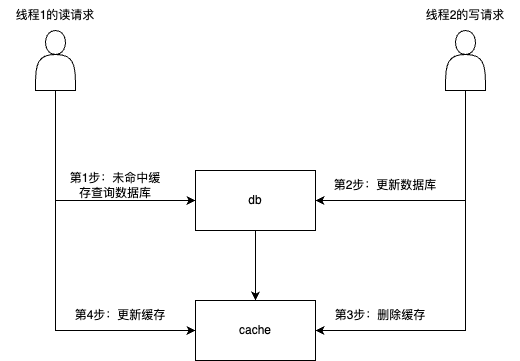
The draw.io diagram double-delete-cache.png in qinjianmin/draw.io, before a commit. Source tidied: cells renumbered, new cells last; positions are measured from the earlier drawing's top-left corner, leaving out a move shared by most shapes. Its diagram source:
```xml
<mxGraphModel>
  <root>
    <mxCell id="0" />
    <mxCell id="1" parent="0" />
    <mxCell id="2" style="edgeStyle=orthogonalEdgeStyle;rounded=0;jettySize=auto;html=1;entryX=0;entryY=0.5;entryDx=0;entryDy=0;" parent="1" edge="1" source="4" target="11">
      <mxGeometry relative="1" as="geometry">
        <Array as="points">
          <mxPoint x="55" y="200" />
        </Array>
      </mxGeometry>
    </mxCell>
    <mxCell id="3" style="edgeStyle=orthogonalEdgeStyle;rounded=0;jettySize=auto;html=1;entryX=0;entryY=0.5;entryDx=0;entryDy=0;" parent="1" edge="1" source="4" target="12">
      <mxGeometry relative="1" as="geometry">
        <Array as="points">
          <mxPoint x="55" y="330" />
        </Array>
      </mxGeometry>
    </mxCell>
    <mxCell id="4" style="shape=actor;whiteSpace=wrap;html=1;" parent="1" vertex="1">
      <mxGeometry x="35" y="30" width="40" height="60" as="geometry" />
    </mxCell>
    <mxCell id="5" value="线程1的读请求" style="text;html=1;strokeColor=none;fillColor=none;align=center;verticalAlign=middle;whiteSpace=wrap;rounded=0;" parent="1" vertex="1">
      <mxGeometry width="110" height="30" as="geometry" />
    </mxCell>
    <mxCell id="6" style="edgeStyle=orthogonalEdgeStyle;rounded=0;jettySize=auto;html=1;entryX=1;entryY=0.5;entryDx=0;entryDy=0;" parent="1" edge="1" source="8" target="12">
      <mxGeometry relative="1" as="geometry">
        <Array as="points">
          <mxPoint x="465" y="330" />
        </Array>
      </mxGeometry>
    </mxCell>
    <mxCell id="7" style="edgeStyle=orthogonalEdgeStyle;rounded=0;jettySize=auto;html=1;entryX=1;entryY=0.5;entryDx=0;entryDy=0;" parent="1" edge="1" source="8" target="11">
      <mxGeometry relative="1" as="geometry">
        <Array as="points">
          <mxPoint x="465" y="200" />
        </Array>
      </mxGeometry>
    </mxCell>
    <mxCell id="8" style="shape=actor;whiteSpace=wrap;html=1;" parent="1" vertex="1">
      <mxGeometry x="445" y="30" width="40" height="60" as="geometry" />
    </mxCell>
    <mxCell id="9" value="线程2的写请求" style="text;html=1;strokeColor=none;fillColor=none;align=center;verticalAlign=middle;whiteSpace=wrap;rounded=0;" parent="1" vertex="1">
      <mxGeometry x="410" width="110" height="30" as="geometry" />
    </mxCell>
    <mxCell id="10" style="edgeStyle=orthogonalEdgeStyle;rounded=0;jettySize=auto;html=1;" parent="1" edge="1" source="11" target="12">
      <mxGeometry relative="1" as="geometry" />
    </mxCell>
    <mxCell id="11" value="db" style="whiteSpace=wrap;html=1;" parent="1" vertex="1">
      <mxGeometry x="195" y="170" width="120" height="60" as="geometry" />
    </mxCell>
    <mxCell id="12" value="cache" style="whiteSpace=wrap;html=1;" parent="1" vertex="1">
      <mxGeometry x="195" y="300" width="120" height="60" as="geometry" />
    </mxCell>
    <mxCell id="13" value="第1步：未命中缓存查询数据库" style="text;html=1;strokeColor=none;fillColor=none;align=center;verticalAlign=middle;whiteSpace=wrap;rounded=0;" parent="1" vertex="1">
      <mxGeometry x="65" y="170" width="100" height="30" as="geometry" />
    </mxCell>
    <mxCell id="14" value="第3步：删除缓存" style="text;html=1;strokeColor=none;fillColor=none;align=center;verticalAlign=middle;whiteSpace=wrap;rounded=0;" parent="1" vertex="1">
      <mxGeometry x="325" y="300" width="110" height="30" as="geometry" />
    </mxCell>
    <mxCell id="15" value="第4步：更新缓存" style="text;html=1;strokeColor=none;fillColor=none;align=center;verticalAlign=middle;whiteSpace=wrap;rounded=0;" parent="1" vertex="1">
      <mxGeometry x="65" y="300" width="110" height="30" as="geometry" />
    </mxCell>
    <mxCell id="16" value="第2步：更新数据库" style="text;html=1;strokeColor=none;fillColor=none;align=center;verticalAlign=middle;whiteSpace=wrap;rounded=0;" parent="1" vertex="1">
      <mxGeometry x="325" y="170" width="120" height="30" as="geometry" />
    </mxCell>
  </root>
</mxGraphModel>
```
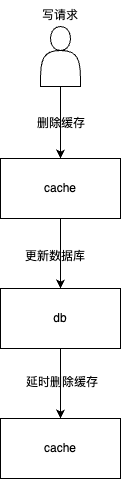
Above is the later version.

Diff of the diagram source:
```diff
@@ -2,66 +2,38 @@
   <root>
     <mxCell id="0" />
     <mxCell id="1" parent="0" />
-    <mxCell id="2" style="edgeStyle=orthogonalEdgeStyle;rounded=0;jettySize=auto;html=1;entryX=0;entryY=0.5;entryDx=0;entryDy=0;" parent="1" edge="1" source="4" target="11">
-      <mxGeometry relative="1" as="geometry">
-        <Array as="points">
-          <mxPoint x="55" y="200" />
-        </Array>
-      </mxGeometry>
+    <mxCell id="2" style="edgeStyle=orthogonalEdgeStyle;rounded=0;jettySize=auto;html=1;entryX=0.5;entryY=0;entryDx=0;entryDy=0;" parent="1" edge="1" source="4" target="11">
+      <mxGeometry relative="1" as="geometry" />
     </mxCell>
-    <mxCell id="3" style="edgeStyle=orthogonalEdgeStyle;rounded=0;jettySize=auto;html=1;entryX=0;entryY=0.5;entryDx=0;entryDy=0;" parent="1" edge="1" source="4" target="12">
-      <mxGeometry relative="1" as="geometry">
-        <Array as="points">
-          <mxPoint x="55" y="330" />
-        </Array>
-      </mxGeometry>
-    </mxCell>
     <mxCell id="4" style="shape=actor;whiteSpace=wrap;html=1;" parent="1" vertex="1">
-      <mxGeometry x="35" y="30" width="40" height="60" as="geometry" />
+      <mxGeometry x="235" y="38" width="40" height="60" as="geometry" />
     </mxCell>
-    <mxCell id="5" value="线程1的读请求" style="text;html=1;strokeColor=none;fillColor=none;align=center;verticalAlign=middle;whiteSpace=wrap;rounded=0;" parent="1" vertex="1">
-      <mxGeometry width="110" height="30" as="geometry" />
+    <mxCell id="5" value="写请求" style="text;html=1;strokeColor=none;fillColor=none;align=center;verticalAlign=middle;whiteSpace=wrap;rounded=0;" parent="1" vertex="1">
+      <mxGeometry x="200" y="12" width="110" height="30" as="geometry" />
     </mxCell>
-    <mxCell id="6" style="edgeStyle=orthogonalEdgeStyle;rounded=0;jettySize=auto;html=1;entryX=1;entryY=0.5;entryDx=0;entryDy=0;" parent="1" edge="1" source="8" target="12">
-      <mxGeometry relative="1" as="geometry">
-        <Array as="points">
-          <mxPoint x="465" y="330" />
-        </Array>
-      </mxGeometry>
-    </mxCell>
-    <mxCell id="7" style="edgeStyle=orthogonalEdgeStyle;rounded=0;jettySize=auto;html=1;entryX=1;entryY=0.5;entryDx=0;entryDy=0;" parent="1" edge="1" source="8" target="11">
-      <mxGeometry relative="1" as="geometry">
-        <Array as="points">
-          <mxPoint x="465" y="200" />
-        </Array>
-      </mxGeometry>
-    </mxCell>
-    <mxCell id="8" style="shape=actor;whiteSpace=wrap;html=1;" parent="1" vertex="1">
-      <mxGeometry x="445" y="30" width="40" height="60" as="geometry" />
-    </mxCell>
-    <mxCell id="9" value="线程2的写请求" style="text;html=1;strokeColor=none;fillColor=none;align=center;verticalAlign=middle;whiteSpace=wrap;rounded=0;" parent="1" vertex="1">
-      <mxGeometry x="410" width="110" height="30" as="geometry" />
-    </mxCell>
     <mxCell id="10" style="edgeStyle=orthogonalEdgeStyle;rounded=0;jettySize=auto;html=1;" parent="1" edge="1" source="11" target="12">
       <mxGeometry relative="1" as="geometry" />
     </mxCell>
-    <mxCell id="11" value="db" style="whiteSpace=wrap;html=1;" parent="1" vertex="1">
+    <mxCell id="11" value="cache" style="whiteSpace=wrap;html=1;" parent="1" vertex="1">
       <mxGeometry x="195" y="170" width="120" height="60" as="geometry" />
     </mxCell>
+    <mxCell id="17" style="edgeStyle=orthogonalEdgeStyle;rounded=0;jettySize=auto;html=1;" parent="1" edge="1" source="12" target="18">
+      <mxGeometry relative="1" as="geometry" />
+    </mxCell>
-    <mxCell id="12" value="cache" style="whiteSpace=wrap;html=1;" parent="1" vertex="1">
+    <mxCell id="12" value="db" style="whiteSpace=wrap;html=1;" parent="1" vertex="1">
       <mxGeometry x="195" y="300" width="120" height="60" as="geometry" />
     </mxCell>
-    <mxCell id="13" value="第1步：未命中缓存查询数据库" style="text;html=1;strokeColor=none;fillColor=none;align=center;verticalAlign=middle;whiteSpace=wrap;rounded=0;" parent="1" vertex="1">
-      <mxGeometry x="65" y="170" width="100" height="30" as="geometry" />
-    </mxCell>
-    <mxCell id="14" value="第3步：删除缓存" style="text;html=1;strokeColor=none;fillColor=none;align=center;verticalAlign=middle;whiteSpace=wrap;rounded=0;" parent="1" vertex="1">
-      <mxGeometry x="325" y="300" width="110" height="30" as="geometry" />
-    </mxCell>
-    <mxCell id="15" value="第4步：更新缓存" style="text;html=1;strokeColor=none;fillColor=none;align=center;verticalAlign=middle;whiteSpace=wrap;rounded=0;" parent="1" vertex="1">
-      <mxGeometry x="65" y="300" width="110" height="30" as="geometry" />
-    </mxCell>
-    <mxCell id="16" value="第2步：更新数据库" style="text;html=1;strokeColor=none;fillColor=none;align=center;verticalAlign=middle;whiteSpace=wrap;rounded=0;" parent="1" vertex="1">
-      <mxGeometry x="325" y="170" width="120" height="30" as="geometry" />
-    </mxCell>
+    <mxCell id="18" value="cache" style="whiteSpace=wrap;html=1;" parent="1" vertex="1">
+      <mxGeometry x="195" y="430" width="120" height="60" as="geometry" />
+    </mxCell>
+    <mxCell id="19" value="删除缓存" style="text;html=1;strokeColor=none;fillColor=none;align=center;verticalAlign=middle;whiteSpace=wrap;rounded=0;" parent="1" vertex="1">
+      <mxGeometry x="226" y="120" width="60" height="30" as="geometry" />
+    </mxCell>
+    <mxCell id="20" value="更新数据库" style="text;html=1;strokeColor=none;fillColor=none;align=center;verticalAlign=middle;whiteSpace=wrap;rounded=0;" parent="1" vertex="1">
+      <mxGeometry x="210" y="253" width="80" height="30" as="geometry" />
+    </mxCell>
+    <mxCell id="21" value="延时删除缓存" style="text;html=1;strokeColor=none;fillColor=none;align=center;verticalAlign=middle;whiteSpace=wrap;rounded=0;" parent="1" vertex="1">
+      <mxGeometry x="207" y="379" width="100" height="30" as="geometry" />
+    </mxCell>
   </root>
 </mxGraphModel>
```
